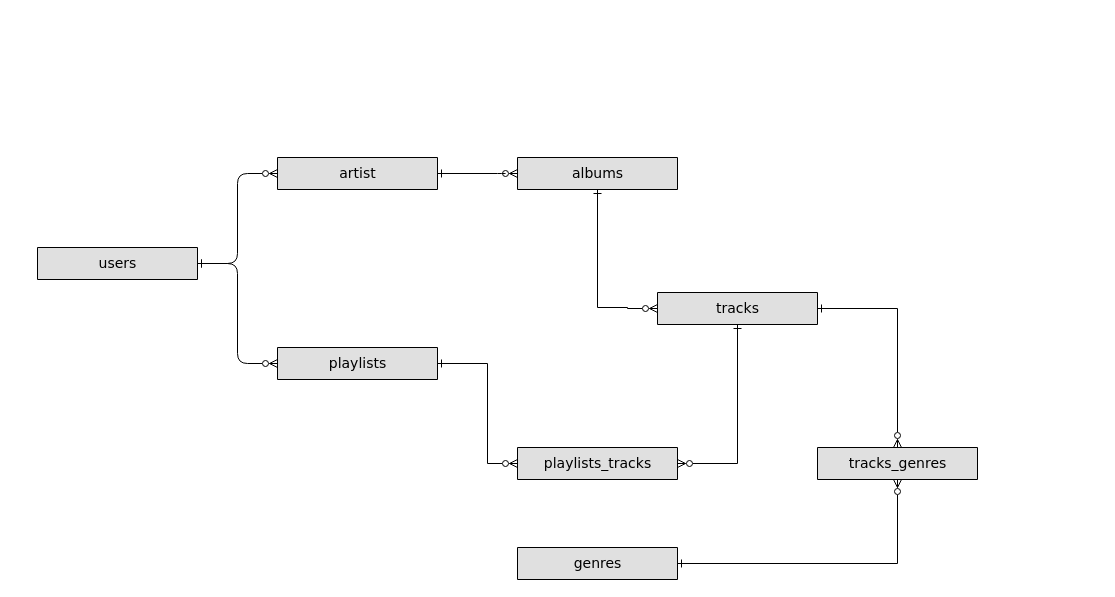
Before: models/concept.drawio in notjik/mipt-db-project, a draw.io diagram. Source tidied: cells renumbered, new cells numbered last; positions are measured from the earlier drawing's top-left corner, leaving out a move shared by most shapes. Both pictures are drawn from the tidied source at 100%, with x=0, y=0 at pixel (37, 157).
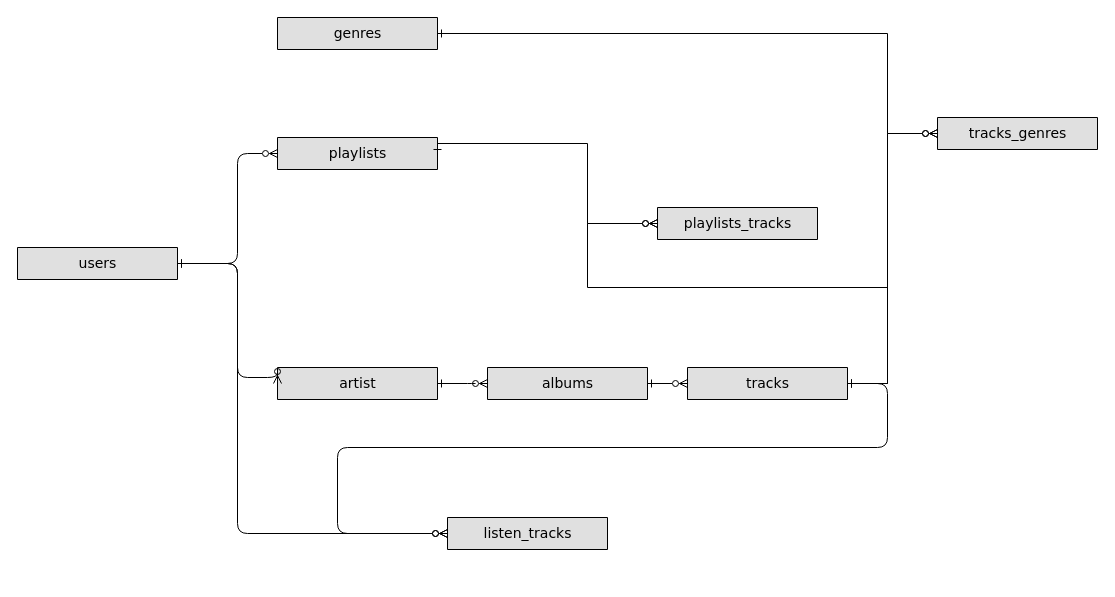
Above is the later version.

Diff of the diagram source:
```diff
@@
     <mxCell id="2" value="users" style="swimlane;html=1;fontStyle=0;horizontal=1;startSize=32;fillColor=#e0e0e0;swimlaneFillColor=#ffffff;align=center;rounded=0;shadow=0;comic=0;labelBackgroundColor=none;strokeWidth=1;fontFamily=Verdana;fontSize=14;" parent="1" vertex="1">
-      <mxGeometry y="90" width="160" height="32" as="geometry" />
+      <mxGeometry x="-20" y="90" width="160" height="32" as="geometry" />
     </mxCell>
     <mxCell id="3" value="artist" style="swimlane;html=1;fontStyle=0;horizontal=1;startSize=32;fillColor=#e0e0e0;swimlaneFillColor=#ffffff;align=center;rounded=0;shadow=0;comic=0;labelBackgroundColor=none;strokeWidth=1;fontFamily=Verdana;fontSize=14;" parent="1" vertex="1">
-      <mxGeometry x="240" width="160" height="32" as="geometry" />
+      <mxGeometry x="240" y="210" width="160" height="32" as="geometry" />
     </mxCell>
     <mxCell id="4" value="playlists" style="swimlane;html=1;fontStyle=0;horizontal=1;startSize=32;fillColor=#e0e0e0;swimlaneFillColor=#ffffff;align=center;rounded=0;shadow=0;comic=0;labelBackgroundColor=none;strokeWidth=1;fontFamily=Verdana;fontSize=14;" parent="1" vertex="1">
-      <mxGeometry x="240" y="190" width="160" height="32" as="geometry" />
+      <mxGeometry x="240" y="-20" width="160" height="32" as="geometry" />
     </mxCell>
     <mxCell id="5" style="edgeStyle=orthogonalEdgeStyle;html=1;endArrow=ERzeroToMany;startArrow=ERone;labelBackgroundColor=none;fontFamily=Verdana;fontSize=14;entryX=0;entryY=0.5;exitX=1;exitY=0.5;exitDx=0;exitDy=0;entryDx=0;entryDy=0;endFill=0;startFill=0;" parent="1" edge="1" source="2" target="3">
       <mxGeometry relative="1" as="geometry">
         <Array as="points">
           <mxPoint x="200" y="106" />
-          <mxPoint x="200" y="16" />
+          <mxPoint x="200" y="220" />
+          <mxPoint x="240" y="220" />
         </Array>
       </mxGeometry>
     </mxCell>
     <mxCell id="6" style="edgeStyle=orthogonalEdgeStyle;html=1;endArrow=ERzeroToMany;startArrow=ERone;labelBackgroundColor=none;fontFamily=Verdana;fontSize=14;entryX=0;entryY=0.5;entryDx=0;entryDy=0;endFill=0;startFill=0;exitX=1;exitY=0.5;exitDx=0;exitDy=0;" parent="1" edge="1" source="2" target="4">
       <mxGeometry relative="1" as="geometry">
         <Array as="points">
           <mxPoint x="200" y="106" />
-          <mxPoint x="200" y="206" />
+          <mxPoint x="200" y="-4" />
         </Array>
       </mxGeometry>
     </mxCell>
     <mxCell id="7" value="albums" style="swimlane;html=1;fontStyle=0;horizontal=1;startSize=32;fillColor=#e0e0e0;swimlaneFillColor=#ffffff;align=center;rounded=0;shadow=0;comic=0;labelBackgroundColor=none;strokeWidth=1;fontFamily=Verdana;fontSize=14;" parent="1" vertex="1">
-      <mxGeometry x="480" width="160" height="32" as="geometry" />
+      <mxGeometry x="450" y="210" width="160" height="32" as="geometry" />
     </mxCell>
     <mxCell id="8" style="edgeStyle=orthogonalEdgeStyle;html=1;endArrow=ERzeroToMany;startArrow=ERone;labelBackgroundColor=none;fontFamily=Verdana;fontSize=14;entryX=0;entryY=0.5;exitX=1;exitY=0.5;exitDx=0;exitDy=0;entryDx=0;entryDy=0;endFill=0;startFill=0;" parent="1" edge="1" source="3" target="7">
       <mxGeometry relative="1" as="geometry">
         <Array as="points">
-          <mxPoint x="470" y="16" />
-          <mxPoint x="470" y="16" />
+          <mxPoint x="440" y="226" />
         </Array>
       </mxGeometry>
     </mxCell>
     <mxCell id="9" value="genres" style="swimlane;html=1;fontStyle=0;horizontal=1;startSize=32;fillColor=#e0e0e0;swimlaneFillColor=#ffffff;align=center;rounded=0;shadow=0;comic=0;labelBackgroundColor=none;strokeWidth=1;fontFamily=Verdana;fontSize=14;" parent="1" vertex="1">
-      <mxGeometry x="480" y="390" width="160" height="32" as="geometry" />
+      <mxGeometry x="240" y="-140" width="160" height="32" as="geometry" />
     </mxCell>
     <mxCell id="10" value="tracks" style="swimlane;html=1;fontStyle=0;horizontal=1;startSize=32;fillColor=#e0e0e0;swimlaneFillColor=#ffffff;align=center;rounded=0;shadow=0;comic=0;labelBackgroundColor=none;strokeWidth=1;fontFamily=Verdana;fontSize=14;" parent="1" vertex="1">
-      <mxGeometry x="620" y="135" width="160" height="32" as="geometry" />
+      <mxGeometry x="650" y="210" width="160" height="32" as="geometry" />
     </mxCell>
     <mxCell id="11" value="playlists_tracks" style="swimlane;html=1;fontStyle=0;horizontal=1;startSize=32;fillColor=#e0e0e0;swimlaneFillColor=#ffffff;align=center;rounded=0;shadow=0;comic=0;labelBackgroundColor=none;strokeWidth=1;fontFamily=Verdana;fontSize=14;" parent="1" vertex="1">
-      <mxGeometry x="480" y="290" width="160" height="32" as="geometry" />
+      <mxGeometry x="620" y="50" width="160" height="32" as="geometry" />
     </mxCell>
     <mxCell id="12" style="edgeStyle=orthogonalEdgeStyle;html=1;endArrow=ERzeroToMany;startArrow=ERone;labelBackgroundColor=none;fontFamily=Verdana;fontSize=14;entryX=0;entryY=0.5;exitX=1;exitY=0.5;exitDx=0;exitDy=0;entryDx=0;entryDy=0;endFill=0;startFill=0;rounded=0;" parent="1" edge="1" source="4" target="11">
       <mxGeometry relative="1" as="geometry">
         <Array as="points">
-          <mxPoint x="450" y="206" />
-          <mxPoint x="450" y="306" />
+          <mxPoint x="400" y="-14" />
+          <mxPoint x="550" y="-14" />
+          <mxPoint x="550" y="66" />
         </Array>
       </mxGeometry>
     </mxCell>
-    <mxCell id="13" style="edgeStyle=orthogonalEdgeStyle;html=1;endArrow=ERzeroToMany;startArrow=ERone;labelBackgroundColor=none;fontFamily=Verdana;fontSize=14;entryX=1;entryY=0.5;exitX=0.5;exitY=1;exitDx=0;exitDy=0;entryDx=0;entryDy=0;endFill=0;startFill=0;rounded=0;" parent="1" edge="1" source="10" target="11">
+    <mxCell id="13" style="edgeStyle=orthogonalEdgeStyle;html=1;endArrow=ERzeroToMany;startArrow=ERone;labelBackgroundColor=none;fontFamily=Verdana;fontSize=14;entryX=0;entryY=0.5;entryDx=0;entryDy=0;endFill=0;startFill=0;rounded=0;exitX=1;exitY=0.5;exitDx=0;exitDy=0;" parent="1" edge="1" source="10" target="11">
       <mxGeometry relative="1" as="geometry">
         <Array as="points">
-          <mxPoint x="700" y="306" />
+          <mxPoint x="850" y="226" />
+          <mxPoint x="850" y="130" />
+          <mxPoint x="550" y="130" />
+          <mxPoint x="550" y="66" />
         </Array>
       </mxGeometry>
     </mxCell>
-    <mxCell id="14" style="edgeStyle=orthogonalEdgeStyle;html=1;endArrow=ERzeroToMany;startArrow=ERone;labelBackgroundColor=none;fontFamily=Verdana;fontSize=14;entryX=0;entryY=0.5;exitX=0.5;exitY=1;exitDx=0;exitDy=0;entryDx=0;entryDy=0;endFill=0;startFill=0;rounded=0;" parent="1" edge="1" source="7" target="10">
-      <mxGeometry relative="1" as="geometry">
-        <Array as="points">
-          <mxPoint x="590" y="150" />
-        </Array>
-      </mxGeometry>
+    <mxCell id="14" style="edgeStyle=orthogonalEdgeStyle;html=1;endArrow=ERzeroToMany;startArrow=ERone;labelBackgroundColor=none;fontFamily=Verdana;fontSize=14;entryX=0;entryY=0.5;entryDx=0;entryDy=0;endFill=0;startFill=0;rounded=0;exitX=1;exitY=0.5;exitDx=0;exitDy=0;" parent="1" edge="1" source="7" target="10">
+      <mxGeometry relative="1" as="geometry" />
     </mxCell>
     <mxCell id="15" value="tracks_genres" style="swimlane;html=1;fontStyle=0;horizontal=1;startSize=32;fillColor=#e0e0e0;swimlaneFillColor=#ffffff;align=center;rounded=0;shadow=0;comic=0;labelBackgroundColor=none;strokeWidth=1;fontFamily=Verdana;fontSize=14;" parent="1" vertex="1">
-      <mxGeometry x="780" y="290" width="160" height="32" as="geometry" />
+      <mxGeometry x="900" y="-40" width="160" height="32" as="geometry" />
     </mxCell>
-    <mxCell id="16" style="edgeStyle=orthogonalEdgeStyle;html=1;endArrow=ERzeroToMany;startArrow=ERone;labelBackgroundColor=none;fontFamily=Verdana;fontSize=14;entryX=0.5;entryY=0;exitX=1;exitY=0.5;exitDx=0;exitDy=0;entryDx=0;entryDy=0;endFill=0;startFill=0;rounded=0;" parent="1" edge="1" source="10" target="15">
+    <mxCell id="16" style="edgeStyle=orthogonalEdgeStyle;html=1;endArrow=ERzeroToMany;startArrow=ERone;labelBackgroundColor=none;fontFamily=Verdana;fontSize=14;exitX=1;exitY=0.5;exitDx=0;exitDy=0;endFill=0;startFill=0;rounded=0;entryX=0;entryY=0.5;entryDx=0;entryDy=0;" parent="1" edge="1" source="10" target="15">
       <mxGeometry relative="1" as="geometry">
         <Array as="points">
-          <mxPoint x="860" y="151" />
+          <mxPoint x="850" y="226" />
+          <mxPoint x="850" y="-24" />
         </Array>
       </mxGeometry>
     </mxCell>
-    <mxCell id="17" style="edgeStyle=orthogonalEdgeStyle;html=1;endArrow=ERzeroToMany;startArrow=ERone;labelBackgroundColor=none;fontFamily=Verdana;fontSize=14;entryX=0.5;entryY=1;exitX=1;exitY=0.5;exitDx=0;exitDy=0;entryDx=0;entryDy=0;endFill=0;startFill=0;rounded=0;" parent="1" edge="1" source="9" target="15">
+    <mxCell id="17" style="edgeStyle=orthogonalEdgeStyle;html=1;endArrow=ERzeroToMany;startArrow=ERone;labelBackgroundColor=none;fontFamily=Verdana;fontSize=14;endFill=0;startFill=0;rounded=0;entryX=0;entryY=0.5;entryDx=0;entryDy=0;exitX=1;exitY=0.5;exitDx=0;exitDy=0;" parent="1" edge="1" source="9" target="15">
       <mxGeometry relative="1" as="geometry">
         <Array as="points">
-          <mxPoint x="860" y="406" />
+          <mxPoint x="850" y="-124" />
+          <mxPoint x="850" y="-24" />
         </Array>
       </mxGeometry>
     </mxCell>
+    <mxCell id="18" value="listen_tracks" style="swimlane;html=1;fontStyle=0;horizontal=1;startSize=32;fillColor=#e0e0e0;swimlaneFillColor=#ffffff;align=center;rounded=0;shadow=0;comic=0;labelBackgroundColor=none;strokeWidth=1;fontFamily=Verdana;fontSize=14;" parent="1" vertex="1">
+      <mxGeometry x="410" y="360" width="160" height="32" as="geometry" />
+    </mxCell>
+    <mxCell id="19" style="edgeStyle=orthogonalEdgeStyle;html=1;endArrow=ERzeroToMany;startArrow=ERone;labelBackgroundColor=none;fontFamily=Verdana;fontSize=14;entryX=0;entryY=0.5;exitX=1;exitY=0.5;exitDx=0;exitDy=0;entryDx=0;entryDy=0;endFill=0;startFill=0;" parent="1" edge="1" source="2" target="18">
+      <mxGeometry relative="1" as="geometry">
+        <Array as="points">
+          <mxPoint x="200" y="106" />
+          <mxPoint x="200" y="376" />
+        </Array>
+      </mxGeometry>
+    </mxCell>
+    <mxCell id="20" style="edgeStyle=orthogonalEdgeStyle;html=1;endArrow=ERzeroToMany;startArrow=ERone;labelBackgroundColor=none;fontFamily=Verdana;fontSize=14;exitX=1;exitY=0.5;exitDx=0;exitDy=0;endFill=0;startFill=0;entryX=0;entryY=0.5;entryDx=0;entryDy=0;" parent="1" edge="1" source="10" target="18">
+      <mxGeometry relative="1" as="geometry">
+        <Array as="points">
+          <mxPoint x="850" y="226" />
+          <mxPoint x="850" y="290" />
+          <mxPoint x="300" y="290" />
+          <mxPoint x="300" y="376" />
+        </Array>
+      </mxGeometry>
+    </mxCell>
```
